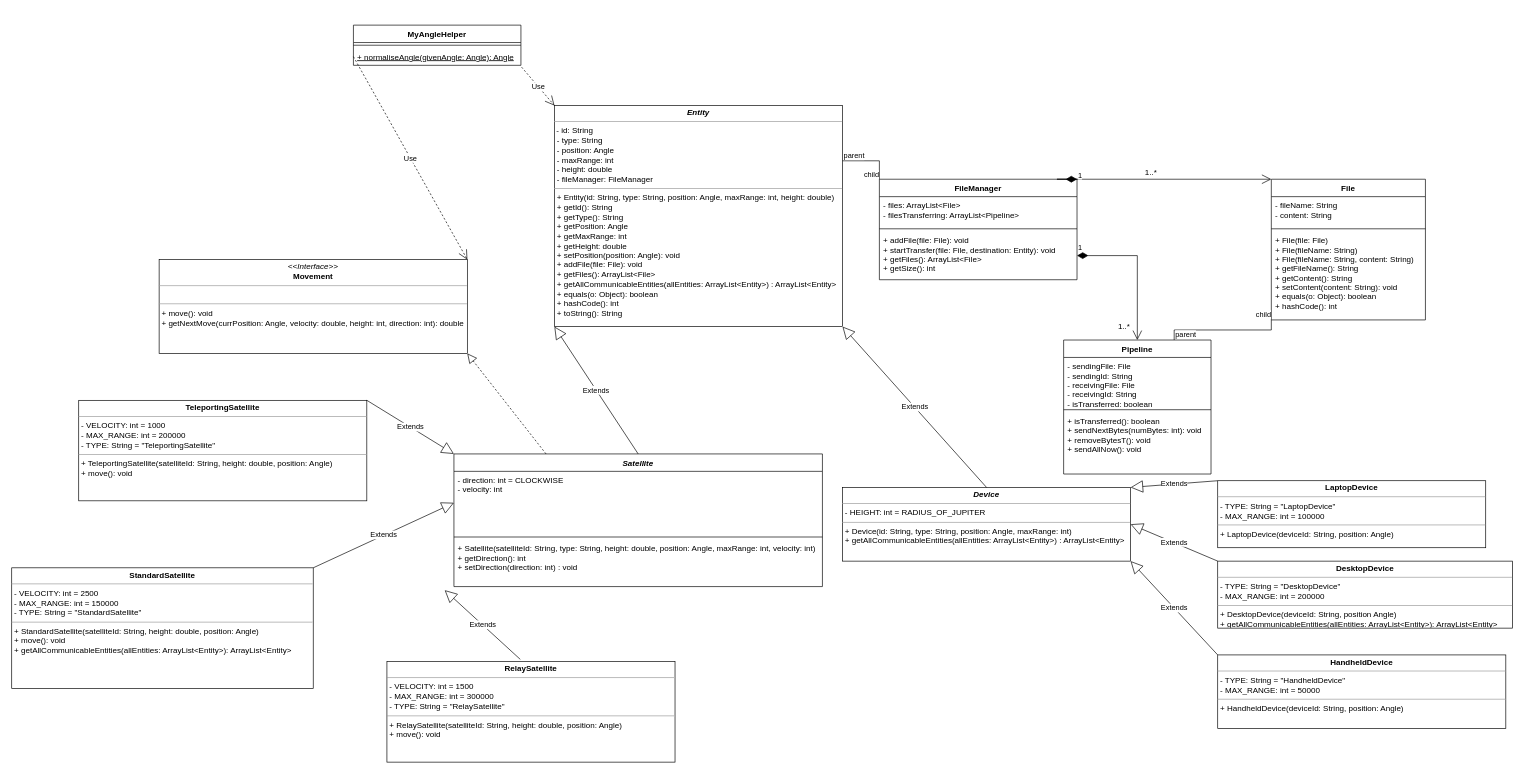
StevenM2002/COMP2511Ass1UML keeps this draw.io diagram as Untitled Diagram.drawio. Above is the earlier version. Source tidied: cells renumbered, new cells numbered last; positions are measured from the earlier drawing's top-left corner, leaving out a move shared by most shapes. Both pictures are drawn from the tidied source at 67%, with x=0, y=0 at pixel (11, 25).
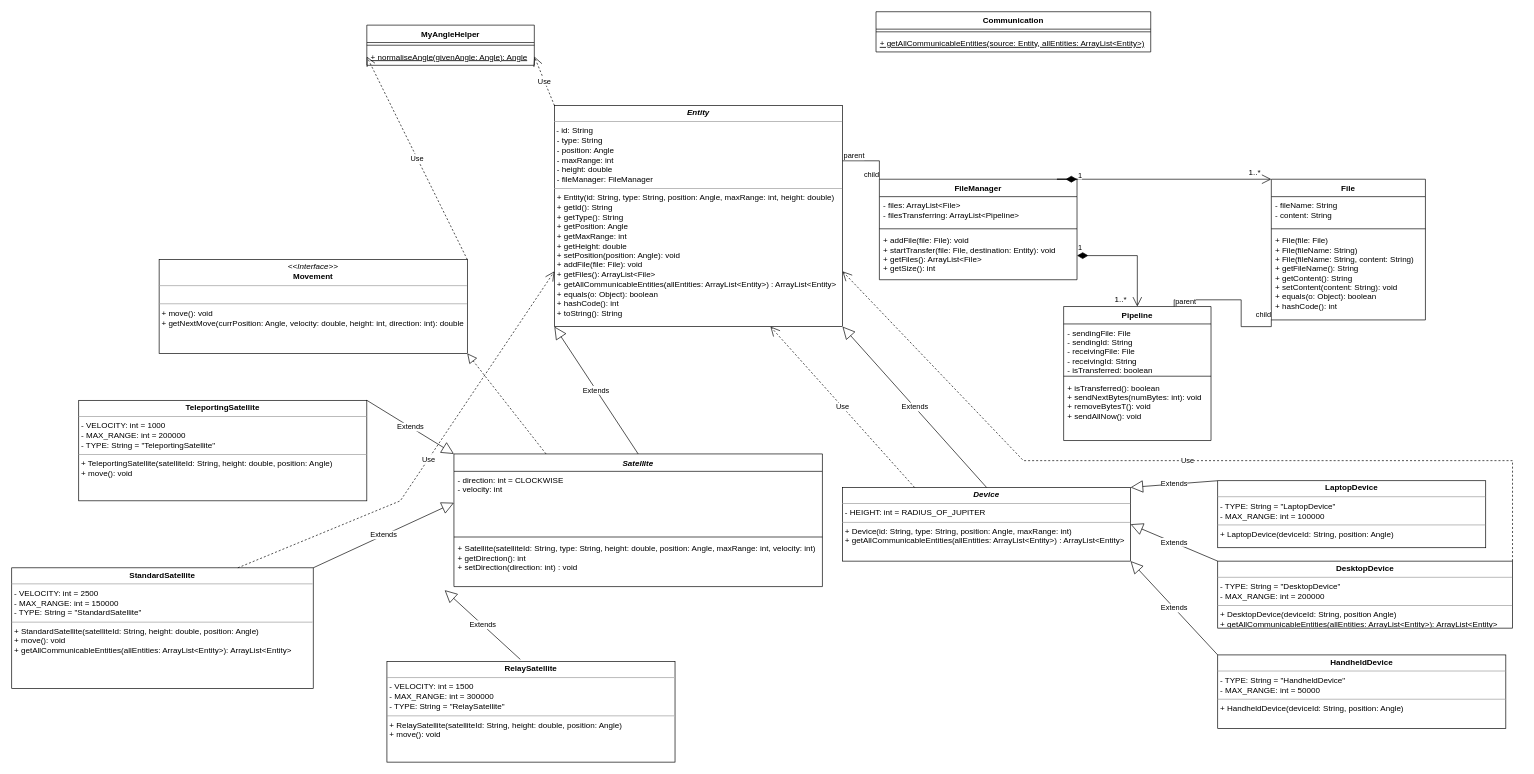
Above is the later version.

Unchanged cells that the change refers to:
```xml
<mxCell id="6" value="&lt;p style=&quot;margin:0px;margin-top:4px;text-align:center;&quot;&gt;&lt;b&gt;&lt;i&gt;Device&lt;/i&gt;&lt;/b&gt;&lt;/p&gt;&lt;hr size=&quot;1&quot;&gt;&lt;p style=&quot;margin:0px;margin-left:4px;&quot;&gt;- HEIGHT: int = RADIUS_OF_JUPITER&lt;/p&gt;&lt;hr size=&quot;1&quot;&gt;&lt;p style=&quot;margin:0px;margin-left:4px;&quot;&gt;+ Device(id: String, type: String, position: Angle, maxRange: int)&lt;/p&gt;&lt;p style=&quot;margin:0px;margin-left:4px;&quot;&gt;+&amp;nbsp;getAllCommunicableEntities(allEntities: ArrayList&amp;lt;Entity&amp;gt;) : ArrayList&amp;lt;Entity&amp;gt;&lt;br&gt;&lt;/p&gt;&lt;p style=&quot;margin:0px;margin-left:4px;&quot;&gt;&lt;br&gt;&lt;/p&gt;" style="verticalAlign=top;align=left;overflow=fill;fontSize=12;fontFamily=Helvetica;html=1;" parent="1" vertex="1">
  <mxGeometry x="1240" y="690" width="430" height="110" as="geometry" />
</mxCell>
<mxCell id="8" value="&lt;p style=&quot;margin:0px;margin-top:4px;text-align:center;&quot;&gt;&lt;b&gt;StandardSatellite&lt;/b&gt;&lt;/p&gt;&lt;hr size=&quot;1&quot;&gt;&lt;p style=&quot;margin:0px;margin-left:4px;&quot;&gt;- VELOCITY: int = 2500&lt;/p&gt;&lt;p style=&quot;margin:0px;margin-left:4px;&quot;&gt;- MAX_RANGE: int = 150000&lt;/p&gt;&lt;p style=&quot;margin:0px;margin-left:4px;&quot;&gt;- TYPE: String = &quot;StandardSatellite&quot;&lt;/p&gt;&lt;hr size=&quot;1&quot;&gt;&lt;p style=&quot;margin:0px;margin-left:4px;&quot;&gt;+ StandardSatellite(satelliteId: String, height: double, position: Angle)&lt;/p&gt;&lt;p style=&quot;margin:0px;margin-left:4px;&quot;&gt;+ move(): void&lt;/p&gt;&lt;p style=&quot;margin:0px;margin-left:4px;&quot;&gt;+ getAllCommunicableEntities(allEntities: ArrayList&amp;lt;Entity&amp;gt;): ArrayList&amp;lt;Entity&amp;gt;&lt;br&gt;&lt;/p&gt;" style="verticalAlign=top;align=left;overflow=fill;fontSize=12;fontFamily=Helvetica;html=1;" parent="1" vertex="1">
  <mxGeometry y="810" width="450" height="180" as="geometry" />
</mxCell>
<mxCell id="15" value="&lt;p style=&quot;margin:0px;margin-top:4px;text-align:center;&quot;&gt;&lt;b&gt;DesktopDevice&lt;/b&gt;&lt;/p&gt;&lt;hr size=&quot;1&quot;&gt;&lt;p style=&quot;margin:0px;margin-left:4px;&quot;&gt;- TYPE: String = &quot;DesktopDevice&quot;&lt;/p&gt;&lt;p style=&quot;margin:0px;margin-left:4px;&quot;&gt;- MAX_RANGE: int = 200000&lt;/p&gt;&lt;hr size=&quot;1&quot;&gt;&lt;p style=&quot;margin:0px;margin-left:4px;&quot;&gt;+ DesktopDevice(deviceId: String, position Angle)&lt;/p&gt;&lt;p style=&quot;margin:0px;margin-left:4px;&quot;&gt;+ getAllCommunicableEntities(allEntities: ArrayList&amp;lt;Entity&amp;gt;): ArrayList&amp;lt;Entity&amp;gt;&lt;br&gt;&lt;/p&gt;" style="verticalAlign=top;align=left;overflow=fill;fontSize=12;fontFamily=Helvetica;html=1;" parent="1" vertex="1">
  <mxGeometry x="1800" y="800" width="440" height="100" as="geometry" />
</mxCell>
<mxCell id="21" value="&lt;p style=&quot;margin:0px;margin-top:4px;text-align:center;&quot;&gt;&lt;b&gt;&lt;i&gt;Entity&lt;/i&gt;&lt;/b&gt;&lt;/p&gt;&lt;hr size=&quot;1&quot;&gt;&lt;p style=&quot;margin:0px;margin-left:4px;&quot;&gt;&lt;/p&gt;&lt;p style=&quot;margin: 4px 0px 0px;&quot;&gt;&lt;span style=&quot;background-color: initial;&quot;&gt;&amp;nbsp;- id: String&lt;/span&gt;&lt;br&gt;&lt;/p&gt;&lt;p style=&quot;margin: 0px 0px 0px 4px;&quot;&gt;- type: String&lt;/p&gt;&lt;p style=&quot;margin: 0px 0px 0px 4px;&quot;&gt;- position: Angle&lt;/p&gt;&lt;p style=&quot;margin: 0px 0px 0px 4px;&quot;&gt;- maxRange: int&lt;/p&gt;&lt;p style=&quot;margin: 0px 0px 0px 4px;&quot;&gt;- height: double&lt;/p&gt;&lt;p style=&quot;margin: 0px 0px 0px 4px;&quot;&gt;- fileManager: FileManager&lt;/p&gt;&lt;hr size=&quot;1&quot;&gt;&lt;p style=&quot;margin: 0px 0px 0px 4px;&quot;&gt;+ Entity(id: String, type: String, position: Angle, maxRange: int, height: double)&lt;/p&gt;&lt;p style=&quot;margin: 0px 0px 0px 4px;&quot;&gt;+&lt;span style=&quot;background-color: initial;&quot;&gt;&amp;nbsp;getId(): String&lt;/span&gt;&lt;/p&gt;&lt;p style=&quot;margin: 0px 0px 0px 4px;&quot;&gt;+ getType(): String&lt;/p&gt;&lt;p style=&quot;margin: 0px 0px 0px 4px;&quot;&gt;+ getPosition: Angle&lt;/p&gt;&lt;p style=&quot;margin: 0px 0px 0px 4px;&quot;&gt;+ getMaxRange: int&lt;/p&gt;&lt;p style=&quot;margin: 0px 0px 0px 4px;&quot;&gt;+ getHeight: double&lt;/p&gt;&lt;p style=&quot;margin: 0px 0px 0px 4px;&quot;&gt;+ setPosition(position: Angle): void&lt;/p&gt;&lt;p style=&quot;margin: 0px 0px 0px 4px;&quot;&gt;+ addFile(file: File): void&lt;/p&gt;&lt;p style=&quot;margin: 0px 0px 0px 4px;&quot;&gt;+ getFiles(): ArrayList&amp;lt;File&amp;gt;&lt;/p&gt;&lt;p style=&quot;margin: 0px 0px 0px 4px;&quot;&gt;+ getAllCommunicableEntities(allEntities: ArrayList&amp;lt;Entity&amp;gt;) : ArrayList&amp;lt;Entity&amp;gt;&lt;/p&gt;&lt;p style=&quot;margin: 0px 0px 0px 4px;&quot;&gt;+ equals(o: Object): boolean&lt;/p&gt;&lt;p style=&quot;margin: 0px 0px 0px 4px;&quot;&gt;+ hashCode(): int&lt;/p&gt;&lt;p style=&quot;margin: 0px 0px 0px 4px;&quot;&gt;+ toString(): String&lt;br&gt;&lt;/p&gt;" style="verticalAlign=top;align=left;overflow=fill;fontSize=12;fontFamily=Helvetica;html=1;" parent="1" vertex="1">
  <mxGeometry x="810" y="120" width="430" height="330" as="geometry" />
</mxCell>
<mxCell id="22" value="&lt;p style=&quot;margin:0px;margin-top:4px;text-align:center;&quot;&gt;&lt;i&gt;&amp;lt;&amp;lt;Interface&amp;gt;&amp;gt;&lt;/i&gt;&lt;br&gt;&lt;b&gt;Movement&lt;/b&gt;&lt;/p&gt;&lt;hr size=&quot;1&quot;&gt;&lt;p style=&quot;margin:0px;margin-left:4px;&quot;&gt;&lt;br&gt;&lt;/p&gt;&lt;hr size=&quot;1&quot;&gt;&lt;p style=&quot;margin:0px;margin-left:4px;&quot;&gt;+ move(): void&lt;/p&gt;&lt;p style=&quot;margin:0px;margin-left:4px;&quot;&gt;+ getNextMove(currPosition: Angle, velocity: double, height: int, direction: int): double&lt;/p&gt;" style="verticalAlign=top;align=left;overflow=fill;fontSize=12;fontFamily=Helvetica;html=1;" parent="1" vertex="1">
  <mxGeometry x="220" y="350" width="460" height="140" as="geometry" />
</mxCell>
<mxCell id="48" value="+ normaliseAngle(givenAngle: Angle): Angle" style="text;strokeColor=none;fillColor=none;align=left;verticalAlign=top;spacingLeft=4;spacingRight=4;overflow=hidden;points=[[0,0.5],[1,0.5]];portConstraint=eastwest;fontStyle=4;" parent="46" vertex="1">
  <mxGeometry y="34" width="250" height="26" as="geometry" />
</mxCell>
```

Diff of the diagram source:
```diff
@@
     <mxCell id="36" value="Pipeline" style="swimlane;fontStyle=1;align=center;verticalAlign=top;horizontal=1;startSize=26;" parent="1" vertex="1">
-      <mxGeometry x="1570" y="470" width="220" height="200" as="geometry" />
+      <mxGeometry x="1570" y="420" width="220" height="200" as="geometry" />
     </mxCell>
@@
     <mxCell id="44" value="1..*" style="text;html=1;align=center;verticalAlign=middle;strokeColor=none;fillColor=none;" parent="1" vertex="1">
-      <mxGeometry x="1645" y="440" width="30" height="20" as="geometry" />
+      <mxGeometry x="1640" y="400" width="30" height="20" as="geometry" />
     </mxCell>
     <mxCell id="45" value="1..*" style="text;html=1;align=center;verticalAlign=middle;strokeColor=none;fillColor=none;" parent="1" vertex="1">
-      <mxGeometry x="1685" y="210" width="30" height="20" as="geometry" />
+      <mxGeometry x="1840" y="210" width="30" height="20" as="geometry" />
     </mxCell>
     <mxCell id="46" value="MyAngleHelper" style="swimlane;fontStyle=1;align=center;verticalAlign=top;horizontal=1;startSize=26;" parent="1" vertex="1">
-      <mxGeometry x="510" width="250" height="60" as="geometry" />
+      <mxGeometry x="530" width="250" height="60" as="geometry" />
     </mxCell>
@@
-    <mxCell id="49" value="Use" style="endArrow=open;endSize=12;dashed=1;html=1;rounded=0;exitX=0;exitY=0.5;exitDx=0;exitDy=0;entryX=1;entryY=0;entryDx=0;entryDy=0;" parent="1" edge="1" source="48" target="22">
-      <mxGeometry relative="1" as="geometry" />
-    </mxCell>
-    <mxCell id="50" value="Use" style="endArrow=open;endSize=12;dashed=1;html=1;rounded=0;exitX=1.004;exitY=1.104;exitDx=0;exitDy=0;entryX=0;entryY=0;entryDx=0;entryDy=0;exitPerimeter=0;" parent="1" edge="1" source="48" target="21">
+    <mxCell id="50" value="Use" style="endArrow=open;endSize=12;dashed=1;html=1;rounded=0;exitX=0;exitY=0;exitDx=0;exitDy=0;entryX=1;entryY=0.5;entryDx=0;entryDy=0;" parent="1" edge="1" source="21" target="48">
       <mxGeometry relative="1" as="geometry" />
     </mxCell>
+    <mxCell id="51" value="Use" style="endArrow=open;endSize=12;dashed=1;html=1;rounded=0;exitX=1;exitY=0;exitDx=0;exitDy=0;entryX=0;entryY=0.5;entryDx=0;entryDy=0;" parent="1" edge="1" source="22" target="48">
+      <mxGeometry relative="1" as="geometry" />
+    </mxCell>
+    <mxCell id="52" value="Use" style="endArrow=open;endSize=12;dashed=1;html=1;rounded=0;exitX=0.25;exitY=0;exitDx=0;exitDy=0;entryX=0.75;entryY=1;entryDx=0;entryDy=0;" parent="1" edge="1" source="6" target="21">
+      <mxGeometry relative="1" as="geometry" />
+    </mxCell>
+    <mxCell id="53" value="Use" style="endArrow=open;endSize=12;dashed=1;html=1;rounded=0;exitX=1;exitY=0;exitDx=0;exitDy=0;entryX=1;entryY=0.75;entryDx=0;entryDy=0;" parent="1" edge="1" source="15" target="21">
+      <mxGeometry relative="1" as="geometry">
+        <Array as="points">
+          <mxPoint x="2240" y="650" />
+          <mxPoint x="1510" y="650" />
+        </Array>
+      </mxGeometry>
+    </mxCell>
+    <mxCell id="54" value="Use" style="endArrow=open;endSize=12;dashed=1;html=1;rounded=0;exitX=0.75;exitY=0;exitDx=0;exitDy=0;entryX=0;entryY=0.75;entryDx=0;entryDy=0;" parent="1" edge="1" source="8" target="21">
+      <mxGeometry relative="1" as="geometry">
+        <Array as="points">
+          <mxPoint x="580" y="710" />
+        </Array>
+      </mxGeometry>
+    </mxCell>
+    <mxCell id="55" value="Communication" style="swimlane;fontStyle=1;align=center;verticalAlign=top;horizontal=1;startSize=26;" parent="1" vertex="1">
+      <mxGeometry x="1290" y="-20" width="410" height="60" as="geometry" />
+    </mxCell>
+    <mxCell id="56" style="line;strokeWidth=1;fillColor=none;align=left;verticalAlign=middle;spacingTop=-1;spacingLeft=3;spacingRight=3;labelPosition=right;" parent="55" vertex="1">
+      <mxGeometry y="26" width="410" height="8" as="geometry" />
+    </mxCell>
+    <mxCell id="57" value="+ getAllCommunicableEntities(source: Entity, allEntities: ArrayList&lt;Entity&gt;)&#10;" style="text;strokeColor=none;fillColor=none;align=left;verticalAlign=top;spacingLeft=4;spacingRight=4;overflow=hidden;fontStyle=4;" parent="55" vertex="1">
+      <mxGeometry y="34" width="410" height="26" as="geometry" />
+    </mxCell>
```
